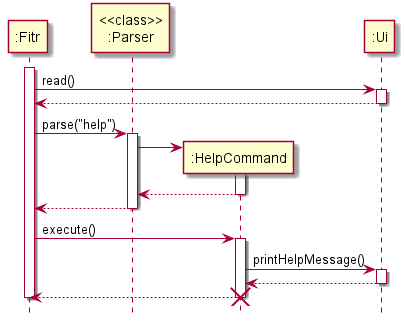
Before: docs/images/HelpCommandSequenceDiagram.png, a diagram exported from PlantUML (nus-cs2113-AY2021S1/tp).
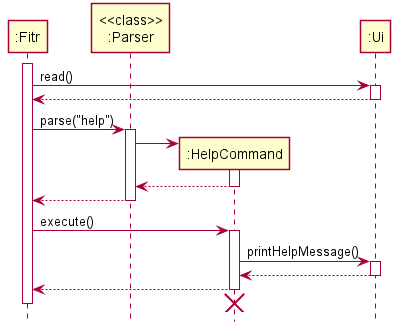
After the commit.

Commit message:
Update sequence diagrams in DG

The edit, as a diff of the source:
```diff
@@ -1,4 +1,6 @@
 @startuml
+skinparam Shadowing false
+
 participant ":Fitr"
 participant "<<class>>\n:Parser"
 participant ":HelpCommand"
@@ -23,7 +25,10 @@
 ":HelpCommand" -> ":Ui" : printHelpMessage()
 activate ":Ui"
 return
-return
+
+":HelpCommand" --> ":Fitr"
+deactivate ":HelpCommand"
+":HelpCommand" -[hidden]-> ":Fitr"
 destroy ":HelpCommand"
 deactivate ":Fitr"
 
```
